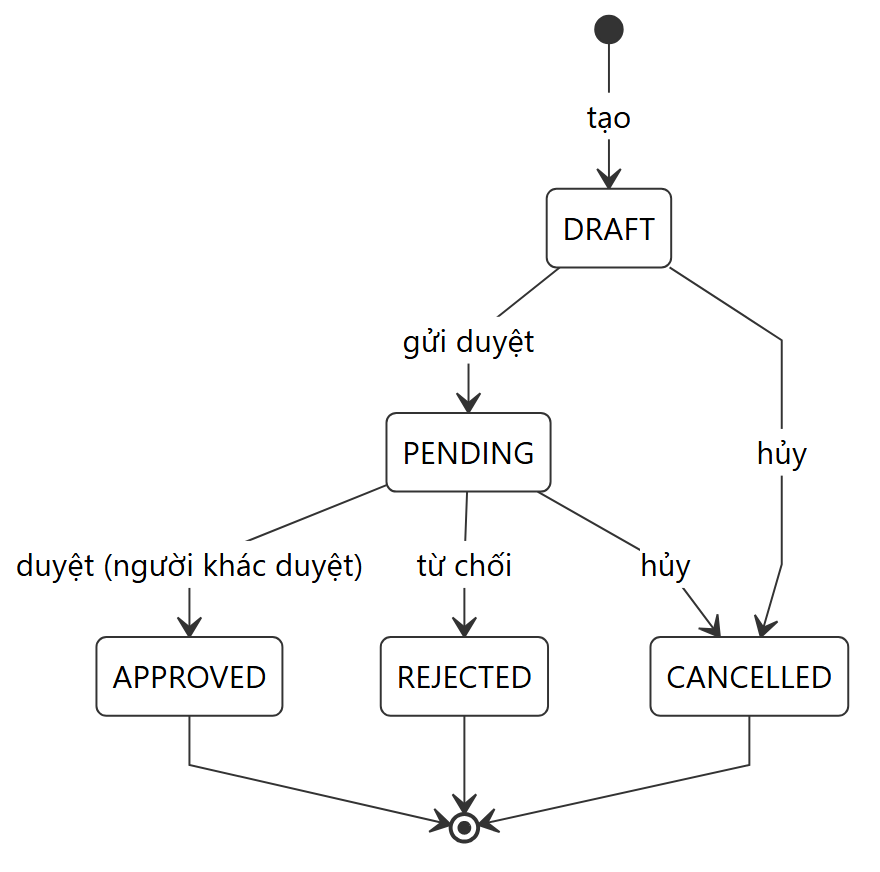
nguyenthihongnhu-dotcom/luanvan2026 keeps this Mermaid diagram as docs/diagrams/06_2-4-1_5-quy-trinh-dieu-chinh-ton-stock-adjustment_state.png. Above is the earlier version. Its source is kept beside it as docs/diagrams/06_2-4-1_5-quy-trinh-dieu-chinh-ton-stock-adjustment_state.mmd.
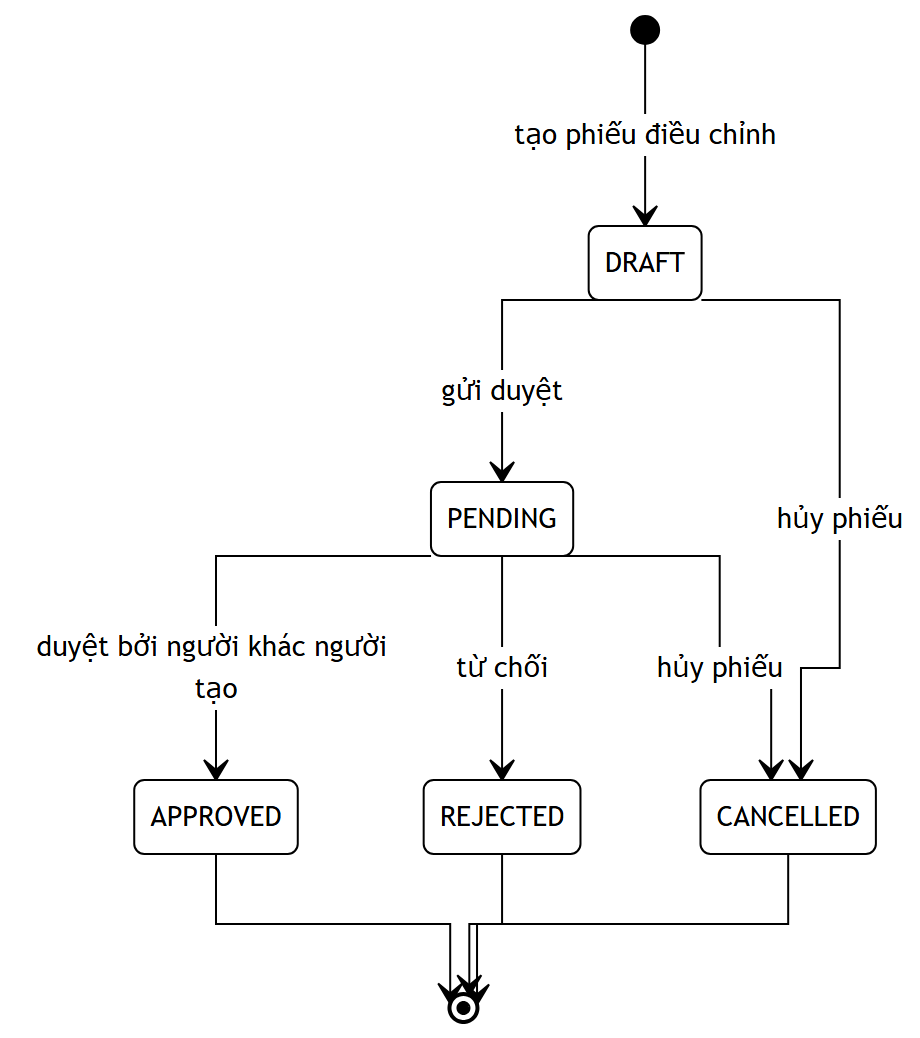
After the commit.

Diff of the diagram source:
```diff
@@ -1,10 +1,35 @@
+%%{init: {
+  'theme': 'base',
+  'themeVariables': {
+    'primaryColor': '#ffffff',
+    'primaryBorderColor': '#000000',
+    'primaryTextColor': '#000000',
+    'secondaryColor': '#ffffff',
+    'secondaryBorderColor': '#000000',
+    'secondaryTextColor': '#000000',
+    'tertiaryColor': '#ffffff',
+    'tertiaryBorderColor': '#000000',
+    'tertiaryTextColor': '#000000',
+    'lineColor': '#000000',
+    'textColor': '#000000',
+    'mainBkg': '#ffffff',
+    'nodeBorder': '#000000',
+    'clusterBkg': '#ffffff',
+    'clusterBorder': '#000000',
+    'edgeLabelBackground': '#ffffff',
+    'fontSize': '14px',
+    'labelBackgroundColor': '#ffffff'
+  },
+  'flowchart': { 'curve': 'stepAfter', 'nodeSpacing': 60, 'rankSpacing': 70, 'padding': 12 },
+  'state': { 'padding': 12, 'useMaxWidth': false }
+}}%%
 stateDiagram-v2
-    [*] --> DRAFT: tạo
+    [*] --> DRAFT: tạo phiếu điều chỉnh
     DRAFT --> PENDING: gửi duyệt
-    PENDING --> APPROVED: duyệt (người khác duyệt)
+    DRAFT --> CANCELLED: hủy phiếu
+    PENDING --> APPROVED: duyệt bởi người khác người tạo
     PENDING --> REJECTED: từ chối
-    DRAFT --> CANCELLED: hủy
-    PENDING --> CANCELLED: hủy
+    PENDING --> CANCELLED: hủy phiếu
     APPROVED --> [*]
     REJECTED --> [*]
     CANCELLED --> [*]
```
